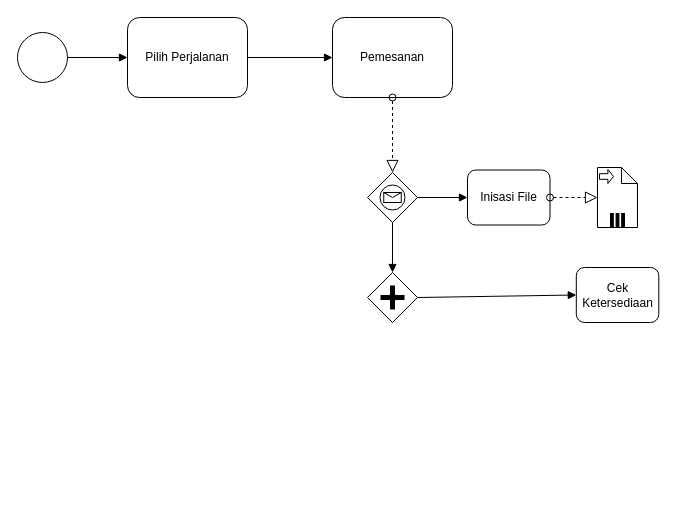
Before: BPMN.drawio in surya-b21/Draw.io, a draw.io diagram. Source tidied: cells renumbered, new cells numbered last; positions are measured from the earlier drawing's top-left corner, leaving out a move shared by most shapes. Both pictures are drawn from the tidied source at 100%, with x=0, y=0 at pixel (17, 17).
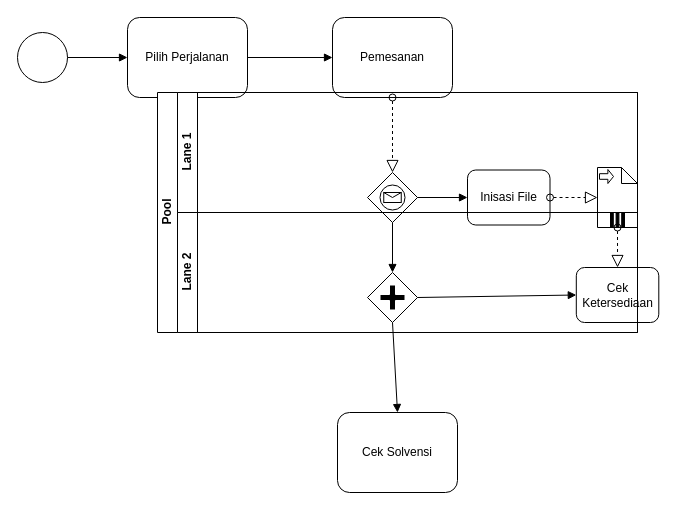
The same diagram, later.

Unchanged cells that the change refers to:
```xml
<mxCell id="12" style="shape=note;whiteSpace=wrap;size=16;html=1;" parent="1" vertex="1">
  <mxGeometry x="580" y="150" width="40" height="60" as="geometry" />
</mxCell>
<mxCell id="15" style="shape=mxgraph.bpmn.shape;html=1;verticalLabelPosition=bottom;labelBackgroundColor=#ffffff;verticalAlign=top;align=center;perimeter=rhombusPerimeter;background=gateway;outlineConnect=0;outline=none;symbol=parallelGw;" parent="1" vertex="1">
  <mxGeometry x="350" y="255" width="50" height="50" as="geometry" />
</mxCell>
<mxCell id="18" value="Cek Ketersediaan" style="shape=ext;rounded=1;html=1;whiteSpace=wrap;" parent="1" vertex="1">
  <mxGeometry x="558.8" y="250" width="82.5" height="55" as="geometry" />
</mxCell>
```

What changed in the source:
```diff
@@
+    <mxCell id="19" style="startArrow=oval;startFill=0;startSize=7;endArrow=block;endFill=0;endSize=10;dashed=1;html=1;exitX=0.5;exitY=1;exitDx=0;exitDy=0;entryX=0.5;entryY=0;entryDx=0;entryDy=0;exitPerimeter=0;" parent="1" edge="1" source="12" target="18">
+      <mxGeometry relative="1" as="geometry" />
+    </mxCell>
+    <mxCell id="20" value="Cek Solvensi" style="shape=ext;rounded=1;html=1;whiteSpace=wrap;" parent="1" vertex="1">
+      <mxGeometry x="320" y="395" width="120" height="80" as="geometry" />
+    </mxCell>
+    <mxCell id="21" style="endArrow=block;endFill=1;endSize=6;html=1;exitX=0.5;exitY=1;exitDx=0;exitDy=0;entryX=0.5;entryY=0;entryDx=0;entryDy=0;" parent="1" edge="1" source="15" target="20">
+      <mxGeometry relative="1" as="geometry" />
+    </mxCell>
+    <mxCell id="22" value="Pool" style="swimlane;html=1;horizontal=0;startSize=20;" parent="1" vertex="1">
+      <mxGeometry x="140" y="75" width="480" height="240" as="geometry" />
+    </mxCell>
+    <mxCell id="23" value="Lane 1" style="swimlane;html=1;startSize=20;horizontal=0;" parent="22" vertex="1">
+      <mxGeometry x="20" width="460" height="120" as="geometry" />
+    </mxCell>
+    <mxCell id="24" value="Lane 2" style="swimlane;html=1;startSize=20;horizontal=0;" parent="22" vertex="1">
+      <mxGeometry x="20" y="120" width="460" height="120" as="geometry" />
+    </mxCell>
```
